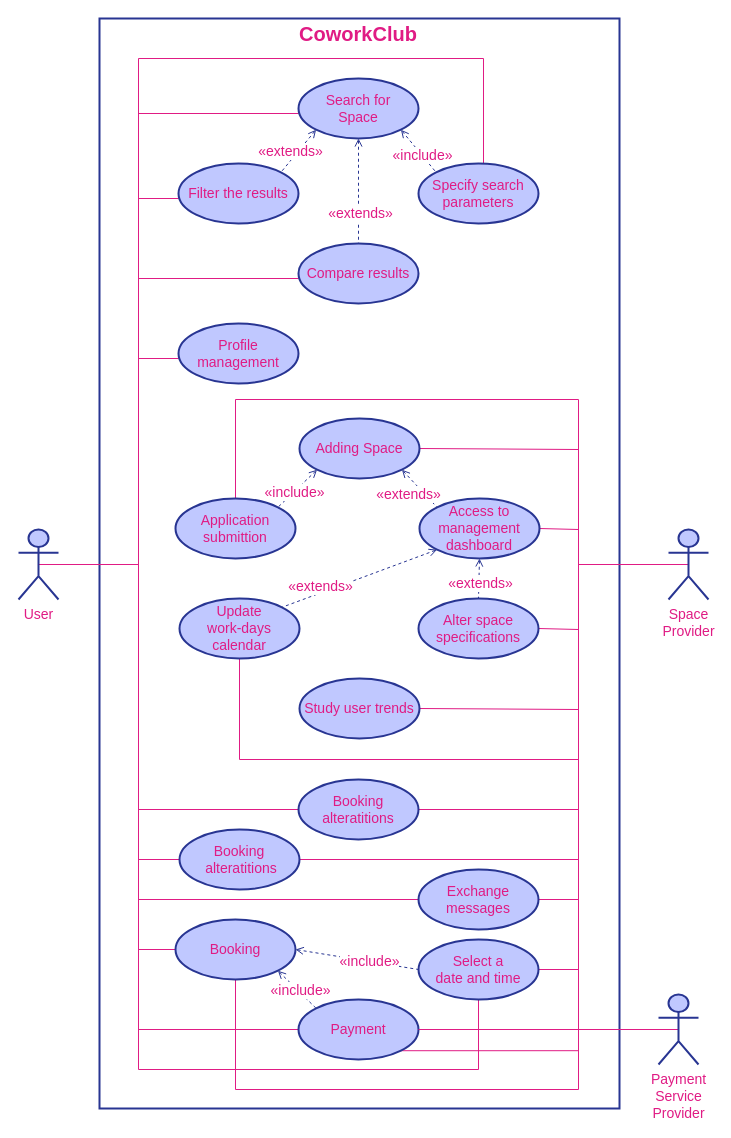
DavidAraujo98/CoworkClub keeps this draw.io diagram as page "Use Case" (4 of 4) of documentation/elaboration/models.drawio. Above is the earlier version. Source tidied: cells renumbered, new cells numbered last; positions are measured from the earlier drawing's top-left corner, leaving out a move shared by most shapes. Both pictures are drawn from the tidied source at 100%, with x=0, y=0 at pixel (18, 18).
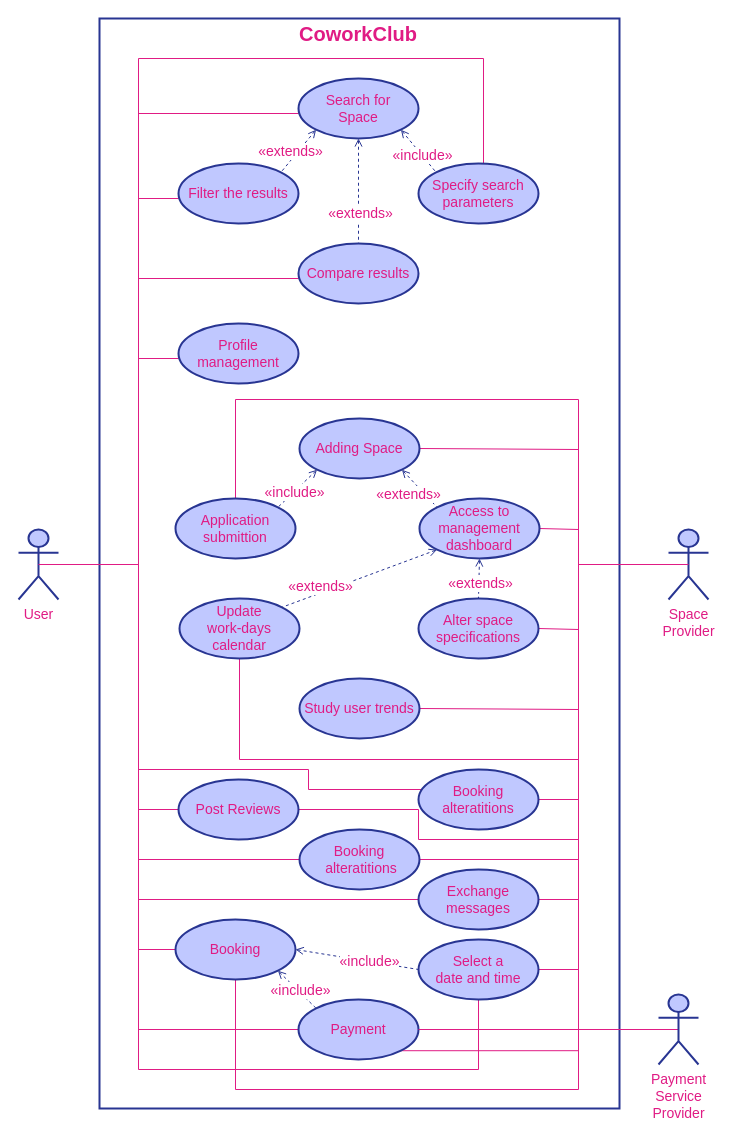
Above is the later version.

The change refers to these unchanged cells:
```xml
<mxCell id="14" value="User" style="shape=umlActor;verticalLabelPosition=bottom;verticalAlign=top;html=1;outlineConnect=0;fontSize=14;fontColor=#E01B84;strokeColor=#283592;strokeWidth=2;fillColor=#C0C8FF;" parent="1" vertex="1">
  <mxGeometry y="511" width="40" height="70" as="geometry" />
</mxCell>
<mxCell id="27" value="Space&lt;br&gt;Provider" style="shape=umlActor;verticalLabelPosition=bottom;verticalAlign=top;html=1;outlineConnect=0;fontSize=14;fontColor=#E01B84;strokeColor=#283592;strokeWidth=2;fillColor=#C0C8FF;" parent="1" vertex="1">
  <mxGeometry x="650" y="511" width="40" height="70" as="geometry" />
</mxCell>
```

Change to the diagram source:
```diff
@@
-    <mxCell id="8" style="edgeStyle=orthogonalEdgeStyle;rounded=0;jettySize=auto;html=1;exitX=0.5;exitY=0.5;exitDx=0;exitDy=0;exitPerimeter=0;entryX=0;entryY=0.5;entryDx=0;entryDy=0;fontSize=14;fontColor=#E01B84;startArrow=none;startFill=0;endArrow=none;endFill=0;strokeColor=#E01B84;" parent="1" edge="1" source="14" target="54">
+    <mxCell id="8" style="edgeStyle=orthogonalEdgeStyle;rounded=0;jettySize=auto;html=1;exitX=0.5;exitY=0.5;exitDx=0;exitDy=0;exitPerimeter=0;entryX=0;entryY=0;entryDx=0;entryDy=0;fontSize=14;fontColor=#E01B84;startArrow=none;startFill=0;endArrow=none;endFill=0;strokeColor=#E01B84;" parent="1" edge="1" source="14" target="54">
       <mxGeometry relative="1" as="geometry">
         <Array as="points">
           <mxPoint x="120" y="546" />
-          <mxPoint x="120" y="791" />
+          <mxPoint x="120" y="751" />
+          <mxPoint x="290" y="751" />
+          <mxPoint x="290" y="771" />
+          <mxPoint x="417" y="771" />
         </Array>
       </mxGeometry>
     </mxCell>
@@
     <mxCell id="21" style="edgeStyle=orthogonalEdgeStyle;rounded=0;jettySize=auto;html=1;exitX=0.5;exitY=0.5;exitDx=0;exitDy=0;exitPerimeter=0;entryX=1;entryY=0.5;entryDx=0;entryDy=0;fontSize=14;fontColor=#E01B84;startArrow=none;startFill=0;endArrow=none;endFill=0;strokeColor=#E01B84;" parent="1" edge="1" source="27" target="54">
       <mxGeometry relative="1" as="geometry">
         <Array as="points">
           <mxPoint x="560" y="546" />
-          <mxPoint x="560" y="791" />
+          <mxPoint x="560" y="781" />
         </Array>
       </mxGeometry>
     </mxCell>
@@
     <mxCell id="54" value="Booking alteratitions" style="ellipse;whiteSpace=wrap;html=1;fontSize=14;fontColor=#E01B84;strokeColor=#283592;strokeWidth=2;fillColor=#C0C8FF;" parent="1" vertex="1">
-      <mxGeometry x="280" y="761" width="120" height="60" as="geometry" />
+      <mxGeometry x="400" y="751" width="120" height="60" as="geometry" />
     </mxCell>
     <mxCell id="55" value="Booking&lt;br&gt;&amp;nbsp;alteratitions" style="ellipse;whiteSpace=wrap;html=1;fontSize=14;fontColor=#E01B84;strokeColor=#283592;strokeWidth=2;fillColor=#C0C8FF;" parent="1" vertex="1">
-      <mxGeometry x="161" y="811" width="120" height="60" as="geometry" />
+      <mxGeometry x="281" y="811" width="120" height="60" as="geometry" />
     </mxCell>
@@
+    <mxCell id="66" style="edgeStyle=orthogonalEdgeStyle;rounded=0;jettySize=auto;html=1;exitX=0;exitY=0.5;exitDx=0;exitDy=0;entryX=0.5;entryY=0.5;entryDx=0;entryDy=0;entryPerimeter=0;fontSize=14;fontColor=#E01B84;startArrow=none;startFill=0;endArrow=none;endFill=0;strokeColor=#E01B84;" parent="1" edge="1" source="68" target="14">
+      <mxGeometry relative="1" as="geometry">
+        <Array as="points">
+          <mxPoint x="120" y="791" />
+          <mxPoint x="120" y="546" />
+        </Array>
+      </mxGeometry>
+    </mxCell>
+    <mxCell id="67" style="edgeStyle=orthogonalEdgeStyle;rounded=0;jettySize=auto;html=1;exitX=1;exitY=0.5;exitDx=0;exitDy=0;entryX=0.5;entryY=0.5;entryDx=0;entryDy=0;entryPerimeter=0;fontSize=14;fontColor=#E01B84;startArrow=none;startFill=0;endArrow=none;endFill=0;strokeColor=#E01B84;" parent="1" edge="1" source="68" target="27">
+      <mxGeometry relative="1" as="geometry">
+        <Array as="points">
+          <mxPoint x="400" y="791" />
+          <mxPoint x="400" y="821" />
+          <mxPoint x="560" y="821" />
+          <mxPoint x="560" y="546" />
+        </Array>
+      </mxGeometry>
+    </mxCell>
+    <mxCell id="68" value="Post Reviews" style="ellipse;whiteSpace=wrap;html=1;fontSize=14;fontColor=#E01B84;strokeColor=#283592;strokeWidth=2;fillColor=#C0C8FF;" parent="1" vertex="1">
+      <mxGeometry x="160" y="761" width="120" height="60" as="geometry" />
+    </mxCell>
```
